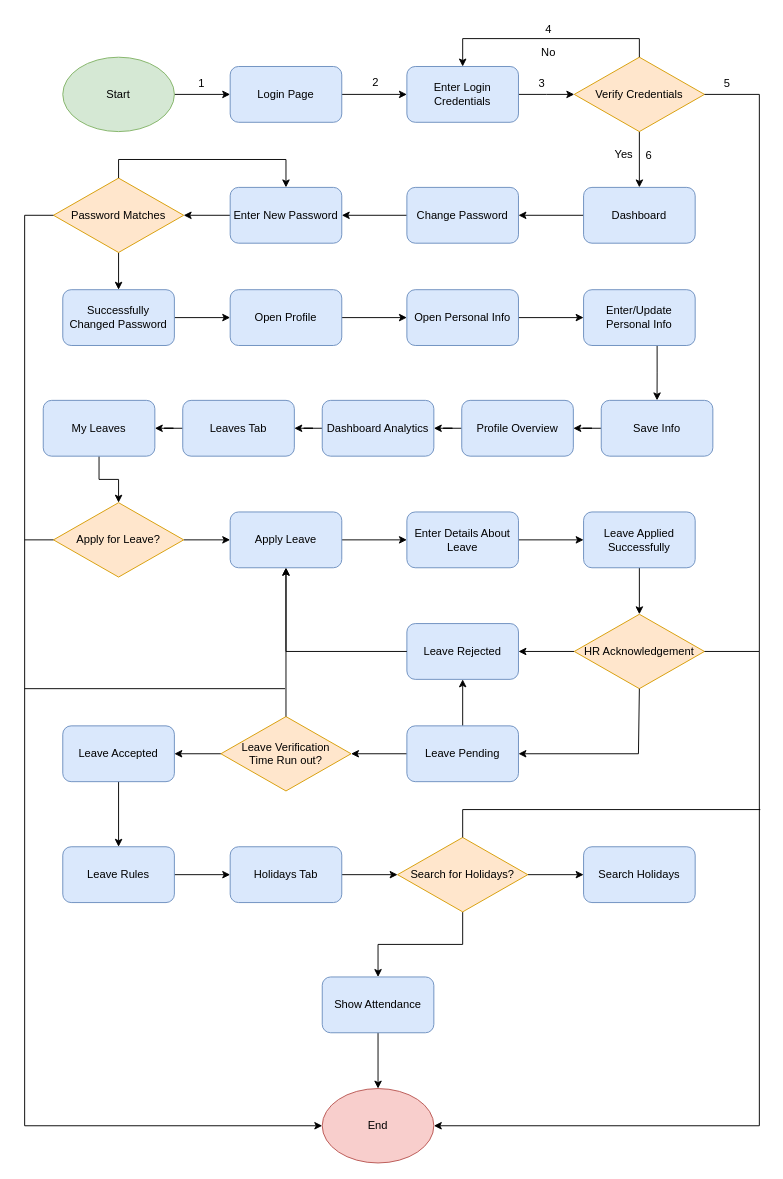
The draw.io diagram Untitled Diagram.drawio in salman141/SQAProject, before the edit. Source tidied: cells renumbered, new cells numbered last; positions are measured from the earlier drawing's top-left corner, leaving out a move shared by most shapes. Both pictures are drawn from the tidied source at 93%, with x=0, y=0 at pixel (24, 16).
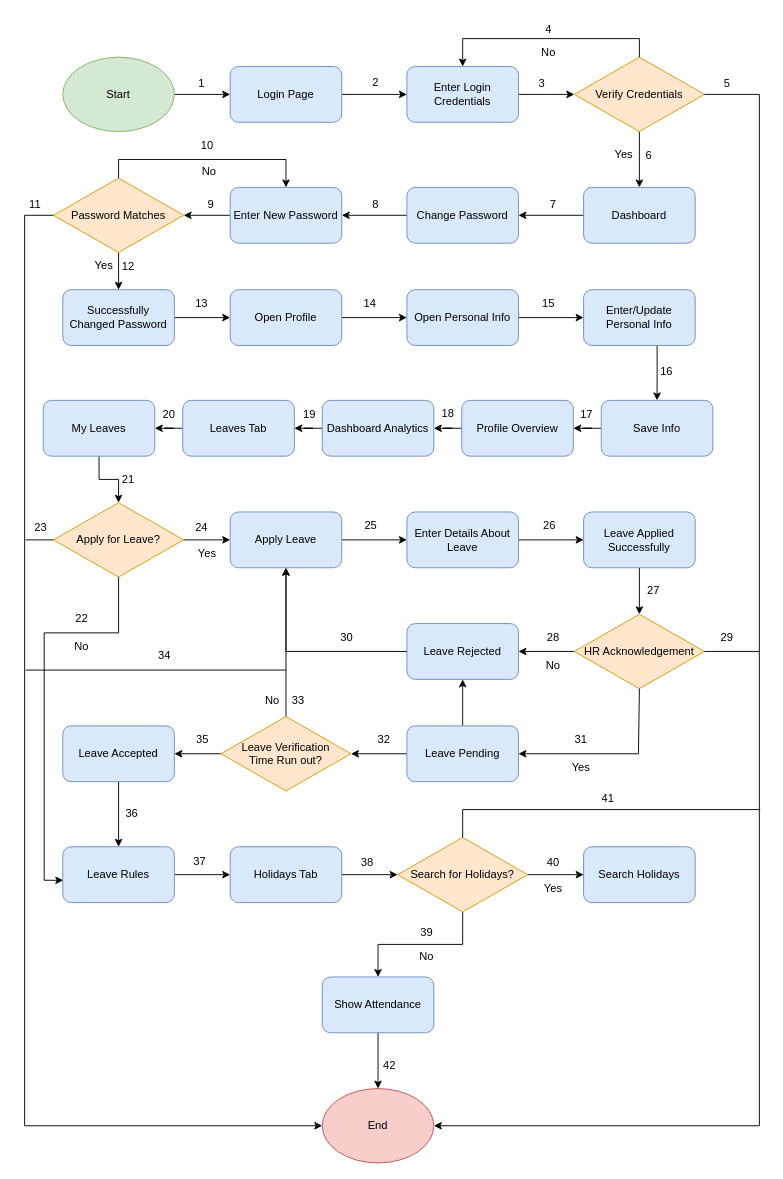
After the change.

Unchanged cells that the change refers to:
```xml
<mxCell id="39" value="Apply for Leave?" style="rhombus;whiteSpace=wrap;html=1;fillColor=#ffe6cc;strokeColor=#d79b00;" parent="1" vertex="1">
  <mxGeometry x="31" y="523" width="140" height="80" as="geometry" />
</mxCell>
<mxCell id="60" value="Leave Rules" style="rounded=1;whiteSpace=wrap;html=1;fillColor=#dae8fc;strokeColor=#6c8ebf;" parent="1" vertex="1">
  <mxGeometry x="41" y="893" width="120" height="60" as="geometry" />
</mxCell>
```

The edit, as a diff of the source:
```diff
@@
     <mxCell id="74" style="endArrow=none;html=1;rounded=0;" parent="1" edge="1">
       <mxGeometry relative="1" as="geometry">
-        <mxPoint y="723" as="sourcePoint" />
-        <mxPoint x="280" y="723" as="targetPoint" />
+        <mxPoint x="1" y="703" as="sourcePoint" />
+        <mxPoint x="281" y="703" as="targetPoint" />
       </mxGeometry>
     </mxCell>
@@
-    <mxCell id="76" style="endArrow=none;html=1;rounded=0;exitX=0;exitY=0.5;exitDx=0;exitDy=0;" parent="1" edge="1" source="39">
-      <mxGeometry relative="1" as="geometry">
-        <mxPoint y="563" as="targetPoint" />
-      </mxGeometry>
-    </mxCell>
@@
+    <mxCell id="84" value="7" style="text;html=1;align=center;verticalAlign=middle;strokeColor=none;fillColor=none;" parent="1" vertex="1">
+      <mxGeometry x="553" y="188" width="30" height="30" as="geometry" />
+    </mxCell>
+    <mxCell id="85" value="8" style="text;html=1;align=center;verticalAlign=middle;strokeColor=none;fillColor=none;" parent="1" vertex="1">
+      <mxGeometry x="362" y="188" width="30" height="30" as="geometry" />
+    </mxCell>
+    <mxCell id="86" value="9" style="text;html=1;align=center;verticalAlign=middle;strokeColor=none;fillColor=none;" parent="1" vertex="1">
+      <mxGeometry x="185" y="188" width="30" height="30" as="geometry" />
+    </mxCell>
+    <mxCell id="87" value="10" style="text;html=1;align=center;verticalAlign=middle;strokeColor=none;fillColor=none;" parent="1" vertex="1">
+      <mxGeometry x="176" y="124" width="40" height="30" as="geometry" />
+    </mxCell>
+    <mxCell id="88" value="No" style="text;html=1;align=center;verticalAlign=middle;strokeColor=none;fillColor=none;" parent="1" vertex="1">
+      <mxGeometry x="178" y="152" width="40" height="30" as="geometry" />
+    </mxCell>
+    <mxCell id="89" value="11" style="text;html=1;align=center;verticalAlign=middle;strokeColor=none;fillColor=none;" parent="1" vertex="1">
+      <mxGeometry x="-9" y="188" width="40" height="30" as="geometry" />
+    </mxCell>
+    <mxCell id="90" value="12" style="text;html=1;align=center;verticalAlign=middle;strokeColor=none;fillColor=none;" parent="1" vertex="1">
+      <mxGeometry x="91" y="254" width="40" height="30" as="geometry" />
+    </mxCell>
+    <mxCell id="91" value="Yes" style="text;html=1;align=center;verticalAlign=middle;strokeColor=none;fillColor=none;" parent="1" vertex="1">
+      <mxGeometry x="65" y="253" width="40" height="30" as="geometry" />
+    </mxCell>
+    <mxCell id="92" value="13" style="text;html=1;align=center;verticalAlign=middle;strokeColor=none;fillColor=none;" parent="1" vertex="1">
+      <mxGeometry x="170" y="294" width="40" height="30" as="geometry" />
+    </mxCell>
+    <mxCell id="93" value="14" style="text;html=1;align=center;verticalAlign=middle;strokeColor=none;fillColor=none;" parent="1" vertex="1">
+      <mxGeometry x="351" y="294" width="40" height="30" as="geometry" />
+    </mxCell>
+    <mxCell id="94" value="15" style="text;html=1;align=center;verticalAlign=middle;strokeColor=none;fillColor=none;" parent="1" vertex="1">
+      <mxGeometry x="543" y="294" width="40" height="30" as="geometry" />
+    </mxCell>
+    <mxCell id="95" value="16" style="text;html=1;align=center;verticalAlign=middle;strokeColor=none;fillColor=none;" parent="1" vertex="1">
+      <mxGeometry x="670" y="367" width="40" height="30" as="geometry" />
+    </mxCell>
+    <mxCell id="96" value="17" style="text;html=1;align=center;verticalAlign=middle;strokeColor=none;fillColor=none;" parent="1" vertex="1">
+      <mxGeometry x="584" y="413" width="40" height="30" as="geometry" />
+    </mxCell>
+    <mxCell id="97" value="18" style="text;html=1;align=center;verticalAlign=middle;strokeColor=none;fillColor=none;" parent="1" vertex="1">
+      <mxGeometry x="435" y="412" width="40" height="30" as="geometry" />
+    </mxCell>
+    <mxCell id="98" value="19" style="text;html=1;align=center;verticalAlign=middle;strokeColor=none;fillColor=none;" parent="1" vertex="1">
+      <mxGeometry x="286" y="413" width="40" height="30" as="geometry" />
+    </mxCell>
+    <mxCell id="99" value="20" style="text;html=1;align=center;verticalAlign=middle;strokeColor=none;fillColor=none;" parent="1" vertex="1">
+      <mxGeometry x="135" y="413" width="40" height="30" as="geometry" />
+    </mxCell>
+    <mxCell id="100" value="21" style="text;html=1;align=center;verticalAlign=middle;strokeColor=none;fillColor=none;" parent="1" vertex="1">
+      <mxGeometry x="91" y="483" width="40" height="30" as="geometry" />
+    </mxCell>
+    <mxCell id="101" value="23" style="text;html=1;align=center;verticalAlign=middle;strokeColor=none;fillColor=none;" parent="1" vertex="1">
+      <mxGeometry x="-3" y="535" width="40" height="30" as="geometry" />
+    </mxCell>
+    <mxCell id="102" value="Yes" style="text;html=1;align=center;verticalAlign=middle;strokeColor=none;fillColor=none;" parent="1" vertex="1">
+      <mxGeometry x="176" y="563" width="40" height="30" as="geometry" />
+    </mxCell>
+    <mxCell id="103" style="endArrow=classic;html=1;rounded=0;exitX=0.5;exitY=1;exitDx=0;exitDy=0;entryX=0.004;entryY=0.602;entryDx=0;entryDy=0;entryPerimeter=0;" parent="1" edge="1" source="39" target="60">
+      <mxGeometry relative="1" as="geometry">
+        <Array as="points">
+          <mxPoint x="101" y="663" />
+          <mxPoint x="21" y="663" />
+          <mxPoint x="21" y="929" />
+        </Array>
+      </mxGeometry>
+    </mxCell>
+    <mxCell id="104" style="endArrow=none;html=1;rounded=0;entryX=0;entryY=0.5;entryDx=0;entryDy=0;" parent="1" edge="1" target="39">
+      <mxGeometry relative="1" as="geometry">
+        <mxPoint x="1" y="563" as="sourcePoint" />
+      </mxGeometry>
+    </mxCell>
+    <mxCell id="105" value="No" style="text;html=1;align=center;verticalAlign=middle;strokeColor=none;fillColor=none;" parent="1" vertex="1">
+      <mxGeometry x="41" y="663" width="40" height="30" as="geometry" />
+    </mxCell>
+    <mxCell id="106" value="22" style="text;html=1;align=center;verticalAlign=middle;strokeColor=none;fillColor=none;" parent="1" vertex="1">
+      <mxGeometry x="41" y="633" width="40" height="30" as="geometry" />
+    </mxCell>
+    <mxCell id="107" value="25" style="text;html=1;align=center;verticalAlign=middle;strokeColor=none;fillColor=none;" parent="1" vertex="1">
+      <mxGeometry x="352" y="533" width="40" height="30" as="geometry" />
+    </mxCell>
+    <mxCell id="108" value="26" style="text;html=1;align=center;verticalAlign=middle;strokeColor=none;fillColor=none;" parent="1" vertex="1">
+      <mxGeometry x="544" y="533" width="40" height="30" as="geometry" />
+    </mxCell>
+    <mxCell id="109" value="27" style="text;html=1;align=center;verticalAlign=middle;strokeColor=none;fillColor=none;" parent="1" vertex="1">
+      <mxGeometry x="656" y="603" width="40" height="30" as="geometry" />
+    </mxCell>
+    <mxCell id="110" value="29" style="text;html=1;align=center;verticalAlign=middle;strokeColor=none;fillColor=none;" parent="1" vertex="1">
+      <mxGeometry x="735" y="653" width="40" height="30" as="geometry" />
+    </mxCell>
+    <mxCell id="111" value="No" style="text;html=1;align=center;verticalAlign=middle;strokeColor=none;fillColor=none;" parent="1" vertex="1">
+      <mxGeometry x="548" y="683" width="40" height="30" as="geometry" />
+    </mxCell>
+    <mxCell id="112" value="24" style="text;html=1;align=center;verticalAlign=middle;strokeColor=none;fillColor=none;" parent="1" vertex="1">
+      <mxGeometry x="170" y="535" width="40" height="30" as="geometry" />
+    </mxCell>
+    <mxCell id="113" value="28" style="text;html=1;align=center;verticalAlign=middle;strokeColor=none;fillColor=none;" parent="1" vertex="1">
+      <mxGeometry x="548" y="653" width="40" height="30" as="geometry" />
+    </mxCell>
+    <mxCell id="114" value="31" style="text;html=1;align=center;verticalAlign=middle;strokeColor=none;fillColor=none;" parent="1" vertex="1">
+      <mxGeometry x="578" y="763" width="40" height="30" as="geometry" />
+    </mxCell>
+    <mxCell id="115" value="Yes" style="text;html=1;align=center;verticalAlign=middle;strokeColor=none;fillColor=none;" parent="1" vertex="1">
+      <mxGeometry x="578" y="793" width="40" height="30" as="geometry" />
+    </mxCell>
+    <mxCell id="116" value="30" style="text;html=1;align=center;verticalAlign=middle;strokeColor=none;fillColor=none;" parent="1" vertex="1">
+      <mxGeometry x="326" y="653" width="40" height="30" as="geometry" />
+    </mxCell>
+    <mxCell id="117" value="32" style="text;html=1;align=center;verticalAlign=middle;strokeColor=none;fillColor=none;" parent="1" vertex="1">
+      <mxGeometry x="366" y="763" width="40" height="30" as="geometry" />
+    </mxCell>
+    <mxCell id="118" value="33" style="text;html=1;align=center;verticalAlign=middle;strokeColor=none;fillColor=none;" parent="1" vertex="1">
+      <mxGeometry x="274" y="721" width="40" height="30" as="geometry" />
+    </mxCell>
+    <mxCell id="119" value="No" style="text;html=1;align=center;verticalAlign=middle;strokeColor=none;fillColor=none;" parent="1" vertex="1">
+      <mxGeometry x="246" y="721" width="40" height="30" as="geometry" />
+    </mxCell>
+    <mxCell id="120" value="34" style="text;html=1;align=center;verticalAlign=middle;strokeColor=none;fillColor=none;" parent="1" vertex="1">
+      <mxGeometry x="130" y="673" width="40" height="30" as="geometry" />
+    </mxCell>
+    <mxCell id="121" value="35" style="text;html=1;align=center;verticalAlign=middle;strokeColor=none;fillColor=none;" parent="1" vertex="1">
+      <mxGeometry x="171" y="763" width="40" height="30" as="geometry" />
+    </mxCell>
+    <mxCell id="122" value="36" style="text;html=1;align=center;verticalAlign=middle;strokeColor=none;fillColor=none;" parent="1" vertex="1">
+      <mxGeometry x="95" y="843" width="40" height="30" as="geometry" />
+    </mxCell>
+    <mxCell id="123" value="37" style="text;html=1;align=center;verticalAlign=middle;strokeColor=none;fillColor=none;" parent="1" vertex="1">
+      <mxGeometry x="168" y="894" width="40" height="30" as="geometry" />
+    </mxCell>
+    <mxCell id="124" value="38" style="text;html=1;align=center;verticalAlign=middle;strokeColor=none;fillColor=none;" parent="1" vertex="1">
+      <mxGeometry x="348" y="895" width="40" height="30" as="geometry" />
+    </mxCell>
+    <mxCell id="125" value="40" style="text;html=1;align=center;verticalAlign=middle;strokeColor=none;fillColor=none;" parent="1" vertex="1">
+      <mxGeometry x="548" y="895" width="40" height="30" as="geometry" />
+    </mxCell>
+    <mxCell id="126" value="Yes" style="text;html=1;align=center;verticalAlign=middle;strokeColor=none;fillColor=none;" parent="1" vertex="1">
+      <mxGeometry x="548" y="923" width="40" height="30" as="geometry" />
+    </mxCell>
+    <mxCell id="127" value="39" style="text;html=1;align=center;verticalAlign=middle;strokeColor=none;fillColor=none;" parent="1" vertex="1">
+      <mxGeometry x="412" y="970" width="40" height="30" as="geometry" />
+    </mxCell>
+    <mxCell id="128" value="No" style="text;html=1;align=center;verticalAlign=middle;strokeColor=none;fillColor=none;" parent="1" vertex="1">
+      <mxGeometry x="412" y="996" width="40" height="30" as="geometry" />
+    </mxCell>
+    <mxCell id="129" value="41" style="text;html=1;align=center;verticalAlign=middle;strokeColor=none;fillColor=none;" parent="1" vertex="1">
+      <mxGeometry x="607" y="826" width="40" height="30" as="geometry" />
+    </mxCell>
+    <mxCell id="130" value="42" style="text;html=1;align=center;verticalAlign=middle;strokeColor=none;fillColor=none;" parent="1" vertex="1">
+      <mxGeometry x="372" y="1113" width="40" height="30" as="geometry" />
+    </mxCell>
```
